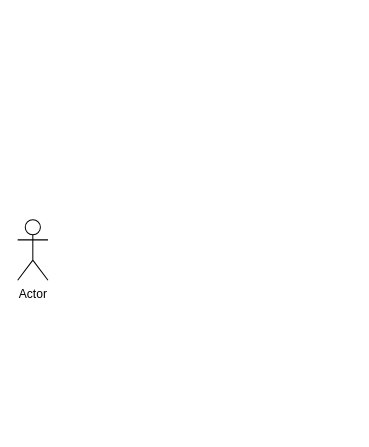
yin8133/imageFile keeps this draw.io diagram as 未命名绘图.drawio. Above is the earlier version. Source tidied: cells renumbered, new cells numbered last; positions are measured from the earlier drawing's top-left corner, leaving out a move shared by most shapes. Both pictures are drawn from the tidied source at 101%, with x=0, y=0 at pixel (17, 219).
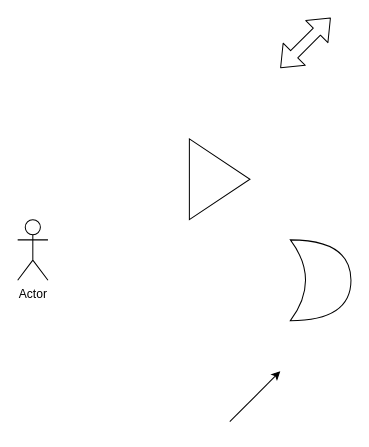
Above is the later version.

Commit message (it also covers changes not shown here):
更新未命名绘图.drawio

Diff of the diagram source:
```diff
@@
 <mxGraphModel>
   <root>
     <mxCell id="0" />
     <mxCell id="1" parent="0" />
     <mxCell id="2" value="Actor" style="shape=umlActor;verticalLabelPosition=bottom;labelBackgroundColor=#ffffff;verticalAlign=top;html=1;" parent="1" vertex="1">
       <mxGeometry width="30" height="60" as="geometry" />
     </mxCell>
+    <mxCell id="3" style="triangle;whiteSpace=wrap;html=1;" parent="1" vertex="1">
+      <mxGeometry x="170" y="-80" width="60" height="80" as="geometry" />
+    </mxCell>
+    <mxCell id="4" style="shape=xor;whiteSpace=wrap;html=1;" parent="1" vertex="1">
+      <mxGeometry x="270" y="20" width="60" height="80" as="geometry" />
+    </mxCell>
+    <mxCell id="5" style="shape=flexArrow;endArrow=classic;startArrow=classic;html=1;" parent="1" edge="1">
+      <mxGeometry relative="1" as="geometry">
+        <mxPoint x="260" y="-150" as="sourcePoint" />
+        <mxPoint x="310" y="-200" as="targetPoint" />
+      </mxGeometry>
+    </mxCell>
+    <mxCell id="6" style="endArrow=classic;html=1;" parent="1" edge="1">
+      <mxGeometry relative="1" as="geometry">
+        <mxPoint x="210" y="200" as="sourcePoint" />
+        <mxPoint x="260" y="150" as="targetPoint" />
+      </mxGeometry>
+    </mxCell>
   </root>
 </mxGraphModel>
```
